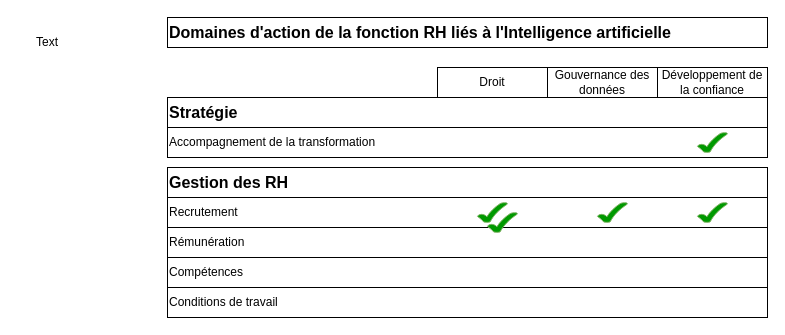
Earlier version of the draw.io diagram page "Relation DRH et IA" (2 of 2) of Schémas recrutement et IA.drawio (Fabrice-64/Drawings). Source tidied: cells renumbered, new cells numbered last; positions are measured from the earlier drawing's top-left corner, leaving out a move shared by most shapes. Both pictures are drawn from the tidied source at 100%, with x=0, y=0 at pixel (17, 17).
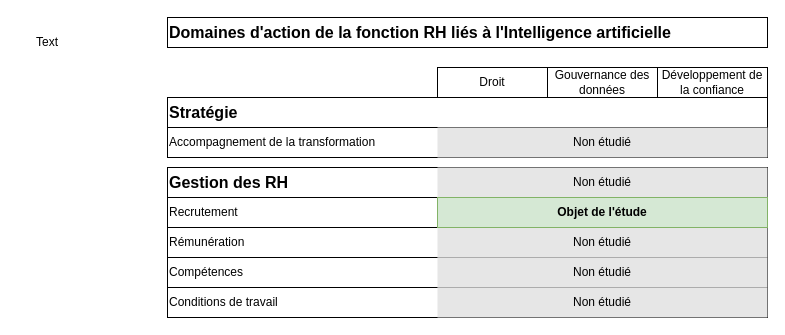
Above is the later version.

Commit message:
Renseignement schéma recrutement et IA

Diff of the diagram source:
```diff
@@
 <mxGraphModel>
   <root>
     <mxCell id="0" />
     <mxCell id="1" parent="0" />
     <mxCell id="2" value="Gestion des RH" style="rounded=0;whiteSpace=wrap;html=1;fontSize=16;fontStyle=1;align=left;" parent="1" vertex="1">
       <mxGeometry x="150" y="150" width="600" height="30" as="geometry" />
     </mxCell>
     <mxCell id="3" value="Recrutement" style="rounded=0;whiteSpace=wrap;html=1;align=left;" parent="1" vertex="1">
       <mxGeometry x="150" y="180" width="600" height="30" as="geometry" />
     </mxCell>
     <mxCell id="4" value="Rémunération" style="rounded=0;whiteSpace=wrap;html=1;align=left;" parent="1" vertex="1">
       <mxGeometry x="150" y="210" width="600" height="30" as="geometry" />
     </mxCell>
     <mxCell id="5" value="Compétences" style="rounded=0;whiteSpace=wrap;html=1;align=left;" parent="1" vertex="1">
       <mxGeometry x="150" y="240" width="600" height="30" as="geometry" />
     </mxCell>
     <mxCell id="6" value="Conditions de travail" style="rounded=0;whiteSpace=wrap;html=1;align=left;" parent="1" vertex="1">
       <mxGeometry x="150" y="270" width="600" height="30" as="geometry" />
     </mxCell>
     <mxCell id="7" value="Stratégie" style="rounded=0;whiteSpace=wrap;html=1;fontSize=16;fontStyle=1;align=left;" parent="1" vertex="1">
       <mxGeometry x="150" y="80" width="600" height="30" as="geometry" />
     </mxCell>
     <mxCell id="8" value="Accompagnement de la transformation" style="rounded=0;whiteSpace=wrap;html=1;align=left;" parent="1" vertex="1">
       <mxGeometry x="150" y="110" width="600" height="30" as="geometry" />
     </mxCell>
     <mxCell id="9" value="Domaines d'action de la fonction RH liés à l'Intelligence artificielle" style="rounded=0;whiteSpace=wrap;html=1;fontSize=16;fontStyle=1;align=left;" parent="1" vertex="1">
       <mxGeometry x="150" width="600" height="30" as="geometry" />
     </mxCell>
     <mxCell id="10" value="Droit" style="rounded=0;whiteSpace=wrap;html=1;align=center;" parent="1" vertex="1">
       <mxGeometry x="420" y="50" width="110" height="30" as="geometry" />
     </mxCell>
     <mxCell id="11" value="Gouvernance des données" style="rounded=0;whiteSpace=wrap;html=1;align=center;" parent="1" vertex="1">
       <mxGeometry x="530" y="50" width="110" height="30" as="geometry" />
     </mxCell>
     <mxCell id="12" value="Développement de la confiance" style="rounded=0;whiteSpace=wrap;html=1;align=center;" parent="1" vertex="1">
       <mxGeometry x="640" y="50" width="110" height="30" as="geometry" />
     </mxCell>
     <mxCell id="13" value="Text" style="text;html=1;align=center;verticalAlign=middle;whiteSpace=wrap;rounded=0;" parent="1" vertex="1">
       <mxGeometry y="10" width="60" height="30" as="geometry" />
     </mxCell>
-    <mxCell id="14" style="verticalLabelPosition=bottom;verticalAlign=top;html=1;shape=mxgraph.basic.tick;fillColor=#009900;strokeColor=#82b366;" parent="1" vertex="1">
-      <mxGeometry x="460" y="185" width="30" height="20" as="geometry" />
-    </mxCell>
-    <mxCell id="15" style="verticalLabelPosition=bottom;verticalAlign=top;html=1;shape=mxgraph.basic.tick;fillColor=#009900;strokeColor=#82b366;" parent="1" vertex="1">
-      <mxGeometry x="680" y="115" width="30" height="20" as="geometry" />
-    </mxCell>
-    <mxCell id="16" style="verticalLabelPosition=bottom;verticalAlign=top;html=1;shape=mxgraph.basic.tick;fillColor=#009900;strokeColor=#82b366;" parent="1" vertex="1">
-      <mxGeometry x="580" y="185" width="30" height="20" as="geometry" />
-    </mxCell>
-    <mxCell id="17" style="verticalLabelPosition=bottom;verticalAlign=top;html=1;shape=mxgraph.basic.tick;fillColor=#009900;strokeColor=#82b366;" parent="1" vertex="1">
-      <mxGeometry x="680" y="185" width="30" height="20" as="geometry" />
-    </mxCell>
-    <mxCell id="18" style="verticalLabelPosition=bottom;verticalAlign=top;html=1;shape=mxgraph.basic.tick;fillColor=#009900;strokeColor=#82b366;" parent="1" vertex="1">
-      <mxGeometry x="470" y="195" width="30" height="20" as="geometry" />
-    </mxCell>
+    <mxCell id="19" value="Non étudié" style="text;html=1;align=center;verticalAlign=middle;whiteSpace=wrap;rounded=0;strokeColor=none;fillColor=#E6E6E6;" parent="1" vertex="1">
+      <mxGeometry x="420" y="110" width="330" height="30" as="geometry" />
+    </mxCell>
+    <mxCell id="20" value="Non étudié" style="text;html=1;align=center;verticalAlign=middle;whiteSpace=wrap;rounded=0;strokeColor=none;fillColor=#E6E6E6;" parent="1" vertex="1">
+      <mxGeometry x="420" y="150" width="330" height="30" as="geometry" />
+    </mxCell>
+    <mxCell id="21" value="Non étudié" style="text;html=1;align=center;verticalAlign=middle;whiteSpace=wrap;rounded=0;strokeColor=none;fillColor=#E6E6E6;" parent="1" vertex="1">
+      <mxGeometry x="420" y="210" width="330" height="30" as="geometry" />
+    </mxCell>
+    <mxCell id="22" value="Non étudié" style="text;html=1;align=center;verticalAlign=middle;whiteSpace=wrap;rounded=0;strokeColor=none;fillColor=#E6E6E6;" parent="1" vertex="1">
+      <mxGeometry x="420" y="240" width="330" height="30" as="geometry" />
+    </mxCell>
+    <mxCell id="23" value="Non étudié" style="text;html=1;align=center;verticalAlign=middle;whiteSpace=wrap;rounded=0;strokeColor=none;fillColor=#E6E6E6;" parent="1" vertex="1">
+      <mxGeometry x="420" y="270" width="330" height="30" as="geometry" />
+    </mxCell>
+    <mxCell id="24" value="Objet de l'étude" style="text;html=1;align=center;verticalAlign=middle;whiteSpace=wrap;rounded=0;strokeColor=#82b366;fillColor=#d5e8d4;fontStyle=1;" parent="1" vertex="1">
+      <mxGeometry x="420" y="180" width="330" height="30" as="geometry" />
+    </mxCell>
   </root>
 </mxGraphModel>
```
